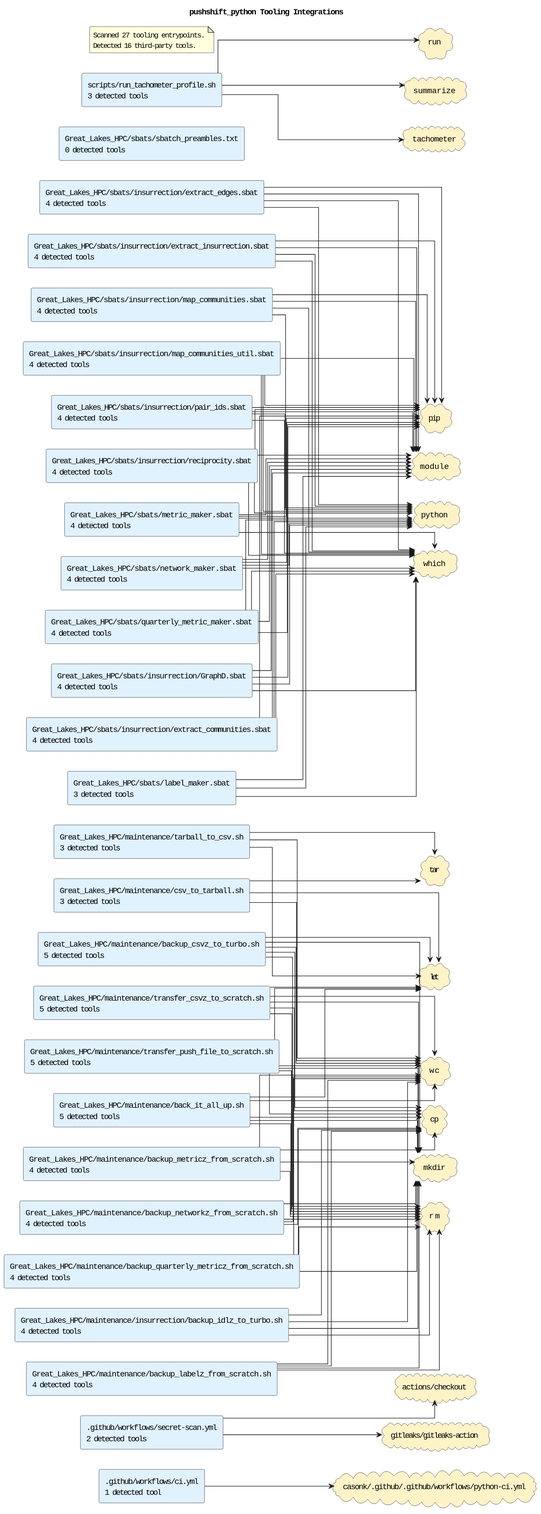
Earlier version of the PlantUML export docs/diagrams/tooling-integrations.puml.svg (casonk/pushshift_python).
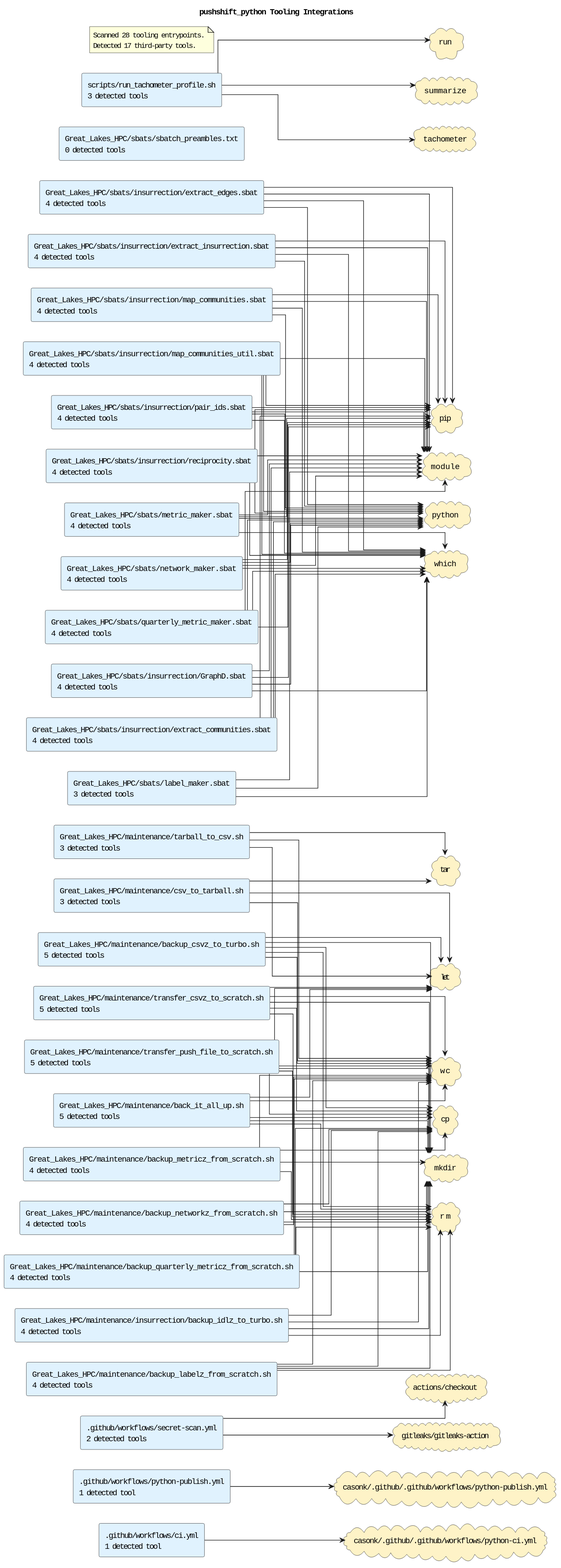
The same diagram one commit later.

Commit message:
docs: refresh architecture diagrams (#16)

Claude-Session: https://claude.ai/code/session_01R6qhLPRiXQh4QSTNzXR9gj

The edit, as a diff of the source:
```diff
@@ -6,6 +6,7 @@
 skinparam componentStyle rectangle
 skinparam linetype ortho
 rectangle ".github/workflows/ci.yml\n1 detected tool" as source_github_workflows_ci_yml #E0F2FE
+rectangle ".github/workflows/python-publish.yml\n1 detected tool" as source_github_workflows_python_publish_yml #E0F2FE
 rectangle ".github/workflows/secret-scan.yml\n2 detected tools" as source_github_workflows_secret_scan_yml #E0F2FE
 rectangle "Great_Lakes_HPC/maintenance/back_it_all_up.sh\n5 detected tools" as source_great_lakes_hpc_maintenance_back_it_all_up_sh #E0F2FE
 rectangle "Great_Lakes_HPC/maintenance/backup_csvz_to_turbo.sh\n5 detected tools" as source_great_lakes_hpc_maintenance_backup_csvz_to_turbo_sh #E0F2FE
@@ -34,6 +35,7 @@
 rectangle "scripts/run_tachometer_profile.sh\n3 detected tools" as source_scripts_run_tachometer_profile_sh #E0F2FE
 cloud "actions/checkout" as tool_actions_checkout #FEF3C7
 cloud "casonk/.github/.github/workflows/python-ci.yml" as tool_casonk_github_github_workflows_python_ci_yml #FEF3C7
+cloud "casonk/.github/.github/workflows/python-publish.yml" as tool_casonk_github_github_workflows_python_publish_yml #FEF3C7
 cloud "cp" as tool_cp #FEF3C7
 cloud "gitleaks/gitleaks-action" as tool_gitleaks_gitleaks_action #FEF3C7
 cloud "let" as tool_let #FEF3C7
@@ -49,6 +51,7 @@
 cloud "wc" as tool_wc #FEF3C7
 cloud "which" as tool_which #FEF3C7
 source_github_workflows_ci_yml --> tool_casonk_github_github_workflows_python_ci_yml
+source_github_workflows_python_publish_yml --> tool_casonk_github_github_workflows_python_publish_yml
 source_github_workflows_secret_scan_yml --> tool_actions_checkout
 source_github_workflows_secret_scan_yml --> tool_gitleaks_gitleaks_action
 source_great_lakes_hpc_maintenance_back_it_all_up_sh --> tool_cp
@@ -148,7 +151,7 @@
 source_scripts_run_tachometer_profile_sh --> tool_summarize
 source_scripts_run_tachometer_profile_sh --> tool_tachometer
 note as toolingGraphSummary
-Scanned 27 tooling entrypoints.
-Detected 16 third-party tools.
+Scanned 28 tooling entrypoints.
+Detected 17 third-party tools.
 end note
 @enduml
```
